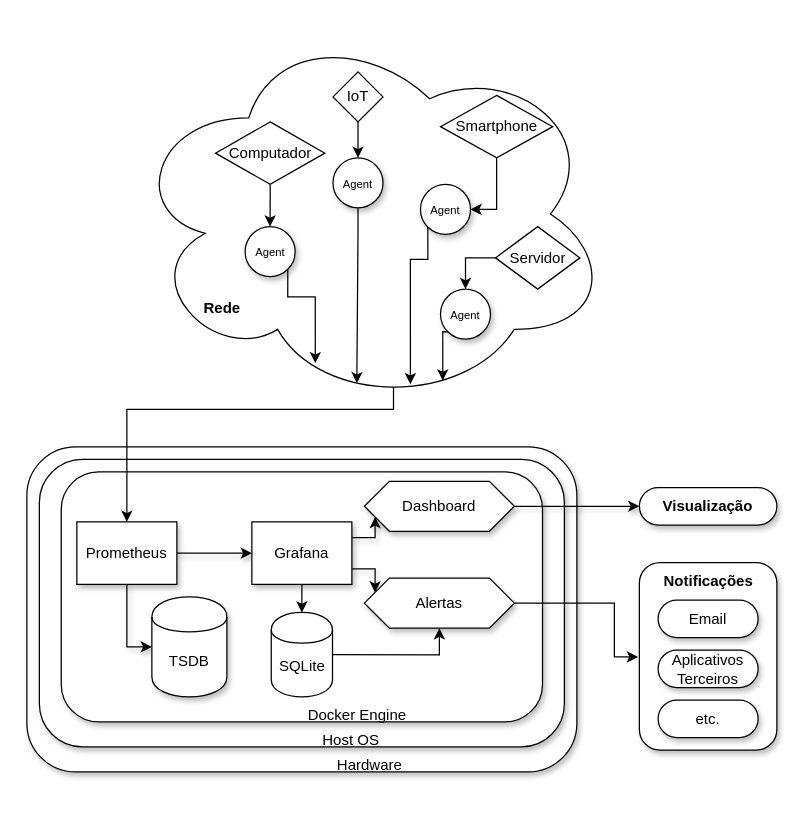
Before: texto/Diagrams/v3-prometheus/v3_diagram_with_layers.drawio in vitorco7/saturmon, a draw.io diagram. Source tidied: cells renumbered, new cells numbered last; positions are measured from the earlier drawing's top-left corner, leaving out a move shared by most shapes. Both pictures are drawn from the tidied source at 125%, with x=0, y=0 at pixel (26, 21).
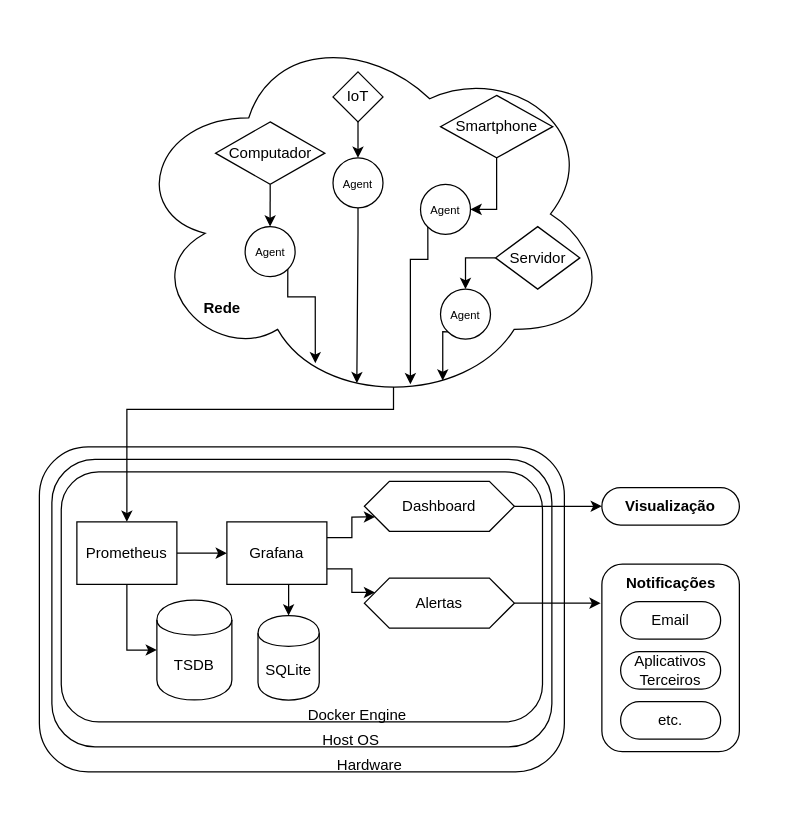
Above is the later version.

Diff of the diagram source:
```diff
@@
-    <mxCell id="2" style="rounded=1;whiteSpace=wrap;html=1;shadow=1;fixDash=0;backgroundOutline=0;movableLabel=0;fixedWidth=0;comic=0;" parent="1" vertex="1">
-      <mxGeometry y="340" width="440" height="260" as="geometry" />
+    <mxCell id="2" style="rounded=1;whiteSpace=wrap;html=1;shadow=0;fixDash=0;backgroundOutline=0;movableLabel=0;fixedWidth=0;comic=0;" parent="1" vertex="1">
+      <mxGeometry x="10" y="340" width="420" height="260" as="geometry" />
     </mxCell>
-    <mxCell id="3" style="rounded=1;whiteSpace=wrap;html=1;shadow=1;fixDash=0;backgroundOutline=0;movableLabel=0;fixedWidth=0;comic=0;" parent="1" vertex="1">
-      <mxGeometry x="10" y="350" width="420" height="230" as="geometry" />
+    <mxCell id="3" style="rounded=1;whiteSpace=wrap;html=1;shadow=0;fixDash=0;backgroundOutline=0;movableLabel=0;fixedWidth=0;comic=0;" parent="1" vertex="1">
+      <mxGeometry x="20" y="350" width="400" height="230" as="geometry" />
     </mxCell>
-    <mxCell id="4" style="rounded=1;whiteSpace=wrap;html=1;shadow=1;glass=0;perimeterSpacing=1;" parent="1" vertex="1">
+    <mxCell id="4" style="rounded=1;whiteSpace=wrap;html=1;shadow=0;glass=0;perimeterSpacing=1;" parent="1" vertex="1">
       <mxGeometry x="27.5" y="360" width="385" height="200" as="geometry" />
     </mxCell>
-    <mxCell id="5" style="edgeStyle=orthogonalEdgeStyle;rounded=0;jettySize=auto;html=1;exitX=0.55;exitY=0.95;exitDx=0;exitDy=0;exitPerimeter=0;entryX=0.5;entryY=0;entryDx=0;entryDy=0;" parent="1" edge="1" source="6" target="9">
+    <mxCell id="5" style="edgeStyle=orthogonalEdgeStyle;rounded=0;jettySize=auto;html=1;exitX=0.55;exitY=0.95;exitDx=0;exitDy=0;exitPerimeter=0;entryX=0.5;entryY=0;entryDx=0;entryDy=0;shadow=0;" parent="1" edge="1" source="6" target="9">
       <mxGeometry relative="1" as="geometry">
         <Array as="points">
           <mxPoint x="293" y="310" />
           <mxPoint x="80" y="310" />
         </Array>
       </mxGeometry>
     </mxCell>
-    <mxCell id="6" style="ellipse;shape=cloud;whiteSpace=wrap;html=1;rotation=0;" parent="1" vertex="1">
+    <mxCell id="6" style="ellipse;shape=cloud;whiteSpace=wrap;html=1;rotation=0;shadow=0;" parent="1" vertex="1">
       <mxGeometry x="80.9" width="386.2" height="307.5" as="geometry" />
     </mxCell>
-    <mxCell id="7" style="edgeStyle=orthogonalEdgeStyle;rounded=0;jettySize=auto;html=1;exitX=0.5;exitY=1;exitDx=0;exitDy=0;entryX=0;entryY=0.5;entryDx=0;entryDy=0;shadow=1;" parent="1" edge="1" source="9" target="14">
+    <mxCell id="7" style="edgeStyle=orthogonalEdgeStyle;rounded=0;jettySize=auto;html=1;exitX=0.5;exitY=1;exitDx=0;exitDy=0;entryX=0;entryY=0.5;entryDx=0;entryDy=0;shadow=0;" parent="1" edge="1" source="9" target="14">
       <mxGeometry relative="1" as="geometry" />
     </mxCell>
-    <mxCell id="8" style="edgeStyle=orthogonalEdgeStyle;rounded=0;jettySize=auto;html=1;exitX=1;exitY=0.5;exitDx=0;exitDy=0;entryX=0;entryY=0.5;entryDx=0;entryDy=0;shadow=1;" parent="1" edge="1" source="9" target="13">
+    <mxCell id="8" style="edgeStyle=orthogonalEdgeStyle;rounded=0;jettySize=auto;html=1;exitX=1;exitY=0.5;exitDx=0;exitDy=0;entryX=0;entryY=0.5;entryDx=0;entryDy=0;shadow=0;" parent="1" edge="1" source="9" target="13">
       <mxGeometry relative="1" as="geometry" />
     </mxCell>
-    <mxCell id="9" value="Prometheus" style="html=1;whiteSpace=wrap;shadow=1;" parent="1" vertex="1">
+    <mxCell id="9" value="Prometheus" style="html=1;whiteSpace=wrap;shadow=0;" parent="1" vertex="1">
       <mxGeometry x="40" y="400" width="80" height="50" as="geometry" />
     </mxCell>
-    <mxCell id="10" style="edgeStyle=orthogonalEdgeStyle;rounded=0;jettySize=auto;html=1;exitX=1;exitY=0.25;exitDx=0;exitDy=0;entryX=0;entryY=0.75;entryDx=0;entryDy=0;shadow=1;" parent="1" edge="1" source="13" target="15">
+    <mxCell id="10" style="edgeStyle=orthogonalEdgeStyle;rounded=0;jettySize=auto;html=1;exitX=1;exitY=0.25;exitDx=0;exitDy=0;entryX=0;entryY=0.75;entryDx=0;entryDy=0;shadow=0;" parent="1" edge="1" source="13" target="15">
       <mxGeometry relative="1" as="geometry" />
     </mxCell>
-    <mxCell id="11" style="edgeStyle=orthogonalEdgeStyle;rounded=0;jettySize=auto;html=1;exitX=1;exitY=0.75;exitDx=0;exitDy=0;entryX=0;entryY=0.25;entryDx=0;entryDy=0;shadow=1;" parent="1" edge="1" source="13" target="17">
+    <mxCell id="11" style="edgeStyle=orthogonalEdgeStyle;rounded=0;jettySize=auto;html=1;exitX=1;exitY=0.75;exitDx=0;exitDy=0;entryX=0;entryY=0.25;entryDx=0;entryDy=0;shadow=0;" parent="1" edge="1" source="13" target="17">
       <mxGeometry relative="1" as="geometry" />
     </mxCell>
-    <mxCell id="12" style="edgeStyle=orthogonalEdgeStyle;rounded=0;jettySize=auto;html=1;exitX=0.5;exitY=1;exitDx=0;exitDy=0;entryX=0.5;entryY=0;entryDx=0;entryDy=0;" parent="1" edge="1" source="13" target="46">
+    <mxCell id="12" style="edgeStyle=orthogonalEdgeStyle;rounded=0;jettySize=auto;html=1;exitX=0.5;exitY=1;exitDx=0;exitDy=0;entryX=0.5;entryY=0;entryDx=0;entryDy=0;shadow=0;" parent="1" edge="1" source="13" target="46">
       <mxGeometry relative="1" as="geometry" />
     </mxCell>
-    <mxCell id="13" value="&lt;div&gt;Grafana&lt;/div&gt;" style="html=1;whiteSpace=wrap;shadow=1;" parent="1" vertex="1">
-      <mxGeometry x="180" y="400" width="80" height="50" as="geometry" />
+    <mxCell id="13" value="&lt;div&gt;Grafana&lt;/div&gt;" style="html=1;whiteSpace=wrap;shadow=0;" parent="1" vertex="1">
+      <mxGeometry x="160" y="400" width="80" height="50" as="geometry" />
     </mxCell>
-    <mxCell id="14" value="TSDB" style="shape=cylinder;whiteSpace=wrap;html=1;boundedLbl=1;backgroundOutline=1;shadow=1;" parent="1" vertex="1">
-      <mxGeometry x="100" y="460" width="60" height="80" as="geometry" />
+    <mxCell id="14" value="TSDB" style="shape=cylinder;whiteSpace=wrap;html=1;boundedLbl=1;backgroundOutline=1;shadow=0;" parent="1" vertex="1">
+      <mxGeometry x="104" y="462.5" width="60" height="80" as="geometry" />
     </mxCell>
-    <mxCell id="15" value="&lt;div&gt;Dashboard&lt;/div&gt;" style="shape=hexagon;perimeter=hexagonPerimeter2;whiteSpace=wrap;html=1;fixedSize=1;shadow=1;" parent="1" vertex="1">
+    <mxCell id="15" value="&lt;div&gt;Dashboard&lt;/div&gt;" style="shape=hexagon;perimeter=hexagonPerimeter2;whiteSpace=wrap;html=1;fixedSize=1;shadow=0;" parent="1" vertex="1">
       <mxGeometry x="270" y="367.5" width="120" height="40" as="geometry" />
     </mxCell>
-    <mxCell id="16" style="edgeStyle=orthogonalEdgeStyle;rounded=0;jettySize=auto;html=1;exitX=1;exitY=0.5;exitDx=0;exitDy=0;" parent="1" edge="1" source="17" target="24">
+    <mxCell id="16" style="edgeStyle=orthogonalEdgeStyle;rounded=0;jettySize=auto;html=1;exitX=1;exitY=0.5;exitDx=0;exitDy=0;shadow=0;" parent="1" edge="1" source="17" target="24">
       <mxGeometry relative="1" as="geometry">
         <Array as="points">
           <mxPoint x="470" y="465" />
           <mxPoint x="470" y="508" />
         </Array>
       </mxGeometry>
     </mxCell>
-    <mxCell id="17" value="&lt;div&gt;Alertas&lt;/div&gt;" style="shape=hexagon;perimeter=hexagonPerimeter2;whiteSpace=wrap;html=1;fixedSize=1;shadow=1;" parent="1" vertex="1">
+    <mxCell id="17" value="&lt;div&gt;Alertas&lt;/div&gt;" style="shape=hexagon;perimeter=hexagonPerimeter2;whiteSpace=wrap;html=1;fixedSize=1;shadow=0;" parent="1" vertex="1">
       <mxGeometry x="270" y="445" width="120" height="40" as="geometry" />
     </mxCell>
-    <mxCell id="18" value="&lt;div&gt;Hardware&lt;/div&gt;" style="text;html=1;align=center;verticalAlign=middle;strokeColor=none;fillColor=none;shadow=1;" parent="1" vertex="1">
+    <mxCell id="18" value="&lt;div&gt;Hardware&lt;/div&gt;" style="text;html=1;align=center;verticalAlign=middle;strokeColor=none;fillColor=none;shadow=0;" parent="1" vertex="1">
       <mxGeometry x="234" y="580" width="80" height="30" as="geometry" />
     </mxCell>
-    <mxCell id="19" value="Host OS" style="text;html=1;align=center;verticalAlign=middle;strokeColor=none;fillColor=none;shadow=1;" parent="1" vertex="1">
+    <mxCell id="19" value="Host OS" style="text;html=1;align=center;verticalAlign=middle;strokeColor=none;fillColor=none;shadow=0;" parent="1" vertex="1">
       <mxGeometry x="224" y="560" width="70" height="30" as="geometry" />
     </mxCell>
-    <mxCell id="20" value="&lt;div&gt;&lt;b&gt;Visualização&lt;/b&gt;&lt;/div&gt;" style="html=1;dashed=0;whiteSpace=wrap;shape=mxgraph.dfd.start;shadow=1;" parent="1" vertex="1">
-      <mxGeometry x="490" y="372.5" width="110" height="30" as="geometry" />
+    <mxCell id="20" value="&lt;div&gt;&lt;b&gt;Visualização&lt;/b&gt;&lt;/div&gt;" style="html=1;dashed=0;whiteSpace=wrap;shape=mxgraph.dfd.start;shadow=0;" parent="1" vertex="1">
+      <mxGeometry x="460" y="372.5" width="110" height="30" as="geometry" />
     </mxCell>
-    <mxCell id="21" style="edgeStyle=orthogonalEdgeStyle;rounded=0;jettySize=auto;html=1;exitX=1;exitY=0.5;exitDx=0;exitDy=0;entryX=0;entryY=0.5;entryDx=0;entryDy=0;entryPerimeter=0;shadow=1;" parent="1" edge="1" source="15" target="20">
+    <mxCell id="21" style="edgeStyle=orthogonalEdgeStyle;rounded=0;jettySize=auto;html=1;exitX=1;exitY=0.5;exitDx=0;exitDy=0;entryX=0;entryY=0.5;entryDx=0;entryDy=0;entryPerimeter=0;shadow=0;" parent="1" edge="1" source="15" target="20">
       <mxGeometry relative="1" as="geometry" />
     </mxCell>
-    <mxCell id="22" value="&lt;div&gt;Docker Engine&lt;/div&gt;" style="text;html=1;align=center;verticalAlign=middle;strokeColor=none;fillColor=none;" parent="1" vertex="1">
+    <mxCell id="22" value="&lt;div&gt;Docker Engine&lt;/div&gt;" style="text;html=1;align=center;verticalAlign=middle;strokeColor=none;fillColor=none;shadow=0;" parent="1" vertex="1">
       <mxGeometry x="214" y="540" width="100" height="30" as="geometry" />
     </mxCell>
-    <mxCell id="23" value="&lt;div&gt;&lt;font style=&quot;font-size: 9px;&quot;&gt;Agent&lt;/font&gt;&lt;/div&gt;" style="ellipse;whiteSpace=wrap;html=1;shadow=1;" parent="1" vertex="1">
+    <mxCell id="23" value="&lt;div&gt;&lt;font style=&quot;font-size: 9px;&quot;&gt;Agent&lt;/font&gt;&lt;/div&gt;" style="ellipse;whiteSpace=wrap;html=1;shadow=0;" parent="1" vertex="1">
       <mxGeometry x="174.6" y="163.8" width="40" height="40" as="geometry" />
     </mxCell>
-    <mxCell id="24" style="rounded=1;whiteSpace=wrap;html=1;shadow=1;glass=0;perimeterSpacing=1;" parent="1" vertex="1">
-      <mxGeometry x="490" y="432.5" width="110" height="150" as="geometry" />
+    <mxCell id="24" style="rounded=1;whiteSpace=wrap;html=1;shadow=0;glass=0;perimeterSpacing=1;" parent="1" vertex="1">
+      <mxGeometry x="460" y="433.8" width="110" height="150" as="geometry" />
     </mxCell>
-    <mxCell id="25" value="Email" style="html=1;dashed=0;whiteSpace=wrap;shape=mxgraph.dfd.start;shadow=1;" parent="1" vertex="1">
-      <mxGeometry x="505" y="462.5" width="80" height="30" as="geometry" />
+    <mxCell id="25" value="Email" style="html=1;dashed=0;whiteSpace=wrap;shape=mxgraph.dfd.start;shadow=0;" parent="1" vertex="1">
+      <mxGeometry x="475" y="463.8" width="80" height="30" as="geometry" />
     </mxCell>
-    <mxCell id="26" value="&lt;div&gt;Aplicativos Terceiros&lt;/div&gt;" style="html=1;dashed=0;whiteSpace=wrap;shape=mxgraph.dfd.start;shadow=1;" parent="1" vertex="1">
-      <mxGeometry x="505" y="502.5" width="80" height="30" as="geometry" />
+    <mxCell id="26" value="&lt;div&gt;Aplicativos Terceiros&lt;/div&gt;" style="html=1;dashed=0;whiteSpace=wrap;shape=mxgraph.dfd.start;shadow=0;" parent="1" vertex="1">
+      <mxGeometry x="475" y="503.8" width="80" height="30" as="geometry" />
     </mxCell>
-    <mxCell id="27" value="&lt;div&gt;etc.&lt;/div&gt;" style="html=1;dashed=0;whiteSpace=wrap;shape=mxgraph.dfd.start;shadow=1;" parent="1" vertex="1">
-      <mxGeometry x="505" y="542.5" width="80" height="30" as="geometry" />
+    <mxCell id="27" value="&lt;div&gt;etc.&lt;/div&gt;" style="html=1;dashed=0;whiteSpace=wrap;shape=mxgraph.dfd.start;shadow=0;" parent="1" vertex="1">
+      <mxGeometry x="475" y="543.8" width="80" height="30" as="geometry" />
     </mxCell>
-    <mxCell id="28" value="&lt;div&gt;&lt;b&gt;Notificações&lt;/b&gt;&lt;/div&gt;" style="text;html=1;align=center;verticalAlign=middle;strokeColor=none;fillColor=none;" parent="1" vertex="1">
-      <mxGeometry x="500" y="432.5" width="90" height="30" as="geometry" />
+    <mxCell id="28" value="&lt;div&gt;&lt;b&gt;Notificações&lt;/b&gt;&lt;/div&gt;" style="text;html=1;align=center;verticalAlign=middle;strokeColor=none;fillColor=none;shadow=0;" parent="1" vertex="1">
+      <mxGeometry x="470" y="433.8" width="90" height="30" as="geometry" />
     </mxCell>
-    <mxCell id="29" value="&lt;div&gt;&lt;font style=&quot;font-size: 9px;&quot;&gt;Agent&lt;/font&gt;&lt;/div&gt;" style="ellipse;whiteSpace=wrap;html=1;shadow=1;" parent="1" vertex="1">
+    <mxCell id="29" value="&lt;div&gt;&lt;font style=&quot;font-size: 9px;&quot;&gt;Agent&lt;/font&gt;&lt;/div&gt;" style="ellipse;whiteSpace=wrap;html=1;shadow=0;" parent="1" vertex="1">
       <mxGeometry x="244.9" y="108.8" width="40" height="40" as="geometry" />
     </mxCell>
-    <mxCell id="30" value="&lt;div&gt;&lt;font style=&quot;font-size: 9px;&quot;&gt;Agent&lt;/font&gt;&lt;/div&gt;" style="ellipse;whiteSpace=wrap;html=1;shadow=1;" parent="1" vertex="1">
+    <mxCell id="30" value="&lt;div&gt;&lt;font style=&quot;font-size: 9px;&quot;&gt;Agent&lt;/font&gt;&lt;/div&gt;" style="ellipse;whiteSpace=wrap;html=1;shadow=0;" parent="1" vertex="1">
       <mxGeometry x="314.9" y="130" width="40" height="40" as="geometry" />
     </mxCell>
-    <mxCell id="31" style="edgeStyle=orthogonalEdgeStyle;rounded=0;jettySize=auto;html=1;exitX=0.5;exitY=1;exitDx=0;exitDy=0;entryX=0.5;entryY=0;entryDx=0;entryDy=0;" parent="1" edge="1" source="32" target="23">
+    <mxCell id="31" style="edgeStyle=orthogonalEdgeStyle;rounded=0;jettySize=auto;html=1;exitX=0.5;exitY=1;exitDx=0;exitDy=0;entryX=0.5;entryY=0;entryDx=0;entryDy=0;shadow=0;" parent="1" edge="1" source="32" target="23">
       <mxGeometry relative="1" as="geometry" />
     </mxCell>
-    <mxCell id="32" value="Computador" style="rhombus;whiteSpace=wrap;html=1;" parent="1" vertex="1">
+    <mxCell id="32" value="Computador" style="rhombus;whiteSpace=wrap;html=1;shadow=0;" parent="1" vertex="1">
       <mxGeometry x="150.9" y="80" width="87.5" height="50" as="geometry" />
     </mxCell>
-    <mxCell id="33" style="edgeStyle=orthogonalEdgeStyle;rounded=0;jettySize=auto;html=1;exitX=0;exitY=0.5;exitDx=0;exitDy=0;entryX=0.5;entryY=0;entryDx=0;entryDy=0;" parent="1" edge="1" source="34" target="39">
+    <mxCell id="33" style="edgeStyle=orthogonalEdgeStyle;rounded=0;jettySize=auto;html=1;exitX=0;exitY=0.5;exitDx=0;exitDy=0;entryX=0.5;entryY=0;entryDx=0;entryDy=0;shadow=0;" parent="1" edge="1" source="34" target="39">
       <mxGeometry relative="1" as="geometry" />
     </mxCell>
-    <mxCell id="34" value="&lt;div&gt;Servidor&lt;/div&gt;" style="rhombus;whiteSpace=wrap;html=1;" parent="1" vertex="1">
+    <mxCell id="34" value="&lt;div&gt;Servidor&lt;/div&gt;" style="rhombus;whiteSpace=wrap;html=1;shadow=0;" parent="1" vertex="1">
       <mxGeometry x="374.9" y="163.8" width="67.5" height="50" as="geometry" />
     </mxCell>
-    <mxCell id="35" style="edgeStyle=orthogonalEdgeStyle;rounded=0;jettySize=auto;html=1;exitX=0.5;exitY=1;exitDx=0;exitDy=0;entryX=1;entryY=0.5;entryDx=0;entryDy=0;" parent="1" edge="1" source="36" target="30">
+    <mxCell id="35" style="edgeStyle=orthogonalEdgeStyle;rounded=0;jettySize=auto;html=1;exitX=0.5;exitY=1;exitDx=0;exitDy=0;entryX=1;entryY=0.5;entryDx=0;entryDy=0;shadow=0;" parent="1" edge="1" source="36" target="30">
       <mxGeometry relative="1" as="geometry" />
     </mxCell>
-    <mxCell id="36" value="&lt;div&gt;Smartphone&lt;/div&gt;" style="rhombus;whiteSpace=wrap;html=1;" parent="1" vertex="1">
+    <mxCell id="36" value="&lt;div&gt;Smartphone&lt;/div&gt;" style="rhombus;whiteSpace=wrap;html=1;shadow=0;" parent="1" vertex="1">
       <mxGeometry x="330.9" y="58.8" width="89.8" height="50" as="geometry" />
     </mxCell>
-    <mxCell id="37" style="edgeStyle=orthogonalEdgeStyle;rounded=0;jettySize=auto;html=1;exitX=0.5;exitY=1;exitDx=0;exitDy=0;entryX=0.5;entryY=0;entryDx=0;entryDy=0;" parent="1" edge="1" source="38" target="29">
+    <mxCell id="37" style="edgeStyle=orthogonalEdgeStyle;rounded=0;jettySize=auto;html=1;exitX=0.5;exitY=1;exitDx=0;exitDy=0;entryX=0.5;entryY=0;entryDx=0;entryDy=0;shadow=0;" parent="1" edge="1" source="38" target="29">
       <mxGeometry relative="1" as="geometry" />
     </mxCell>
-    <mxCell id="38" value="IoT" style="rhombus;whiteSpace=wrap;html=1;" parent="1" vertex="1">
+    <mxCell id="38" value="IoT" style="rhombus;whiteSpace=wrap;html=1;shadow=0;" parent="1" vertex="1">
       <mxGeometry x="244.9" y="40" width="40" height="40" as="geometry" />
     </mxCell>
-    <mxCell id="39" value="&lt;div&gt;&lt;font style=&quot;font-size: 9px;&quot;&gt;Agent&lt;/font&gt;&lt;/div&gt;" style="ellipse;whiteSpace=wrap;html=1;shadow=1;" parent="1" vertex="1">
+    <mxCell id="39" value="&lt;div&gt;&lt;font style=&quot;font-size: 9px;&quot;&gt;Agent&lt;/font&gt;&lt;/div&gt;" style="ellipse;whiteSpace=wrap;html=1;shadow=0;" parent="1" vertex="1">
       <mxGeometry x="330.9" y="213.8" width="40" height="40" as="geometry" />
     </mxCell>
-    <mxCell id="40" style="edgeStyle=orthogonalEdgeStyle;rounded=0;jettySize=auto;html=1;exitX=0;exitY=1;exitDx=0;exitDy=0;entryX=0.585;entryY=0.943;entryDx=0;entryDy=0;entryPerimeter=0;" parent="1" edge="1" source="30" target="6">
+    <mxCell id="40" style="edgeStyle=orthogonalEdgeStyle;rounded=0;jettySize=auto;html=1;exitX=0;exitY=1;exitDx=0;exitDy=0;entryX=0.585;entryY=0.943;entryDx=0;entryDy=0;entryPerimeter=0;shadow=0;" parent="1" edge="1" source="30" target="6">
       <mxGeometry relative="1" as="geometry" />
     </mxCell>
-    <mxCell id="41" style="edgeStyle=orthogonalEdgeStyle;rounded=0;jettySize=auto;html=1;exitX=1;exitY=1;exitDx=0;exitDy=0;entryX=0.388;entryY=0.888;entryDx=0;entryDy=0;entryPerimeter=0;" parent="1" edge="1" source="23" target="6">
+    <mxCell id="41" style="edgeStyle=orthogonalEdgeStyle;rounded=0;jettySize=auto;html=1;exitX=1;exitY=1;exitDx=0;exitDy=0;entryX=0.388;entryY=0.888;entryDx=0;entryDy=0;entryPerimeter=0;shadow=0;" parent="1" edge="1" source="23" target="6">
       <mxGeometry relative="1" as="geometry">
         <Array as="points">
           <mxPoint x="208.9" y="220" />
           <mxPoint x="230.9" y="220" />
         </Array>
       </mxGeometry>
     </mxCell>
-    <mxCell id="42" style="edgeStyle=orthogonalEdgeStyle;rounded=0;jettySize=auto;html=1;exitX=0;exitY=1;exitDx=0;exitDy=0;entryX=0.652;entryY=0.933;entryDx=0;entryDy=0;entryPerimeter=0;" parent="1" edge="1" source="39" target="6">
+    <mxCell id="42" style="edgeStyle=orthogonalEdgeStyle;rounded=0;jettySize=auto;html=1;exitX=0;exitY=1;exitDx=0;exitDy=0;entryX=0.652;entryY=0.933;entryDx=0;entryDy=0;entryPerimeter=0;shadow=0;" parent="1" edge="1" source="39" target="6">
       <mxGeometry relative="1" as="geometry" />
     </mxCell>
-    <mxCell id="43" style="edgeStyle=orthogonalEdgeStyle;rounded=0;jettySize=auto;html=1;exitX=0.5;exitY=1;exitDx=0;exitDy=0;entryX=0.474;entryY=0.94;entryDx=0;entryDy=0;entryPerimeter=0;" parent="1" edge="1" source="29" target="6">
+    <mxCell id="43" style="edgeStyle=orthogonalEdgeStyle;rounded=0;jettySize=auto;html=1;exitX=0.5;exitY=1;exitDx=0;exitDy=0;entryX=0.474;entryY=0.94;entryDx=0;entryDy=0;entryPerimeter=0;shadow=0;" parent="1" edge="1" source="29" target="6">
       <mxGeometry relative="1" as="geometry" />
     </mxCell>
-    <mxCell id="44" value="&lt;b&gt;Rede&lt;/b&gt;" style="text;html=1;align=center;verticalAlign=middle;strokeColor=none;fillColor=none;" parent="1" vertex="1">
+    <mxCell id="44" value="&lt;b&gt;Rede&lt;/b&gt;" style="text;html=1;align=center;verticalAlign=middle;strokeColor=none;fillColor=none;shadow=0;" parent="1" vertex="1">
       <mxGeometry x="130.9" y="213.8" width="50" height="30" as="geometry" />
     </mxCell>
-    <mxCell id="45" style="edgeStyle=orthogonalEdgeStyle;rounded=0;jettySize=auto;html=1;exitX=1;exitY=0.5;exitDx=0;exitDy=0;entryX=0.5;entryY=1;entryDx=0;entryDy=0;" parent="1" edge="1" source="46" target="17">
-      <mxGeometry relative="1" as="geometry" />
-    </mxCell>
     <mxCell id="46" value="SQLite" style="shape=cylinder;whiteSpace=wrap;html=1;boundedLbl=1;backgroundOutline=1;shadow=0;" parent="1" vertex="1">
-      <mxGeometry x="195.5" y="472.5" width="49" height="67.5" as="geometry" />
+      <mxGeometry x="184.9" y="475" width="49" height="67.5" as="geometry" />
     </mxCell>
```
